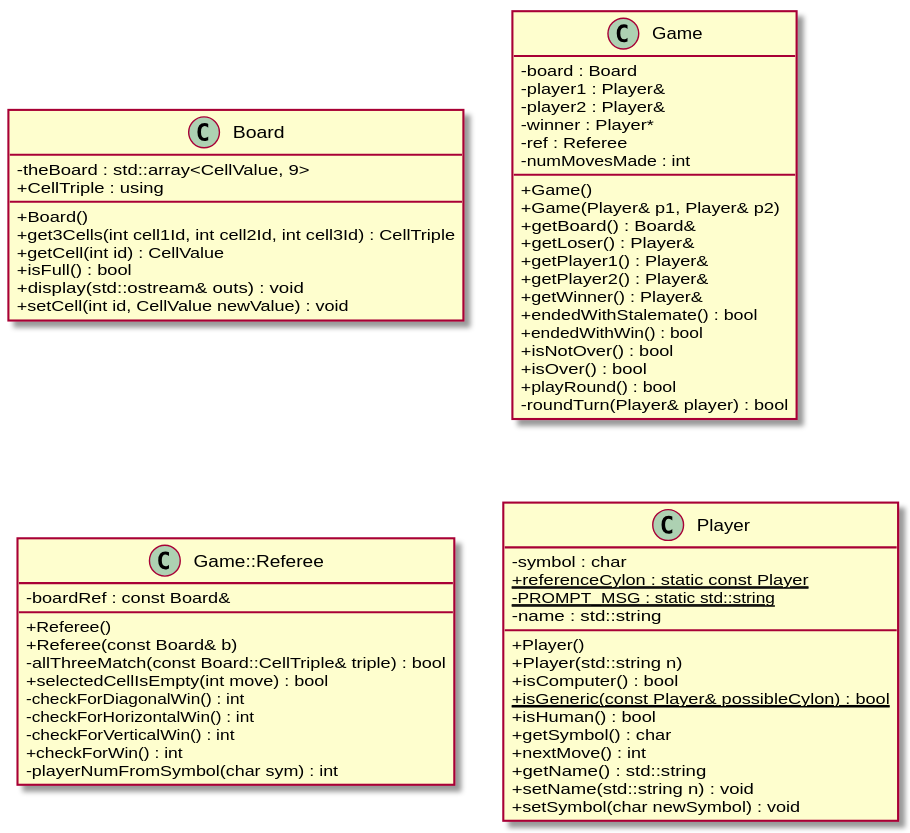
cstkennedy/cs330-examples keeps this PlantUML diagram as Review-04/Example-3/uml/tic-tac-toe.svg. Above is the earlier version. Its source is kept beside it as Review-04/Example-3/uml/tic-tac-toe.puml. Its diagram source:
```plantuml
@startuml
skinparam classAttributeIconSize 0
hide empty members

class Board {
	+Board()
	+get3Cells(int cell1Id, int cell2Id, int cell3Id) : CellTriple
	+getCell(int id) : CellValue
	+isFull() : bool
	-theBoard : std::array<CellValue, 9>
	+CellTriple : using
	+display(std::ostream& outs) : void
	+setCell(int id, CellValue newValue) : void
}

class Game {
	+Game()
	+Game(Player& p1, Player& p2)
	-board : Board
	+getBoard() : Board&
	+getLoser() : Player&
	+getPlayer1() : Player&
	+getPlayer2() : Player&
	+getWinner() : Player&
	-player1 : Player&
	-player2 : Player&
	-winner : Player*
	-ref : Referee
	+endedWithStalemate() : bool
	+endedWithWin() : bool
	+isNotOver() : bool
	+isOver() : bool
	+playRound() : bool
	-roundTurn(Player& player) : bool
	-numMovesMade : int
}


class Game::Referee {
	+Referee()
	+Referee(const Board& b)
	-allThreeMatch(const Board::CellTriple& triple) : bool
	+selectedCellIsEmpty(int move) : bool
	-boardRef : const Board&
	-checkForDiagonalWin() : int
	-checkForHorizontalWin() : int
	-checkForVerticalWin() : int
	+checkForWin() : int
	-playerNumFromSymbol(char sym) : int
}


class Player {
	+Player()
	+Player(std::string n)
	+isComputer() : bool
	+{static} isGeneric(const Player& possibleCylon) : bool
	+isHuman() : bool
	+getSymbol() : char
	-symbol : char
	+nextMove() : int
	+{static} referenceCylon : static const Player
	-{static} PROMPT_MSG : static std::string
	+getName() : std::string
	-name : std::string
	+setName(std::string n) : void
	+setSymbol(char newSymbol) : void
}



@enduml
```
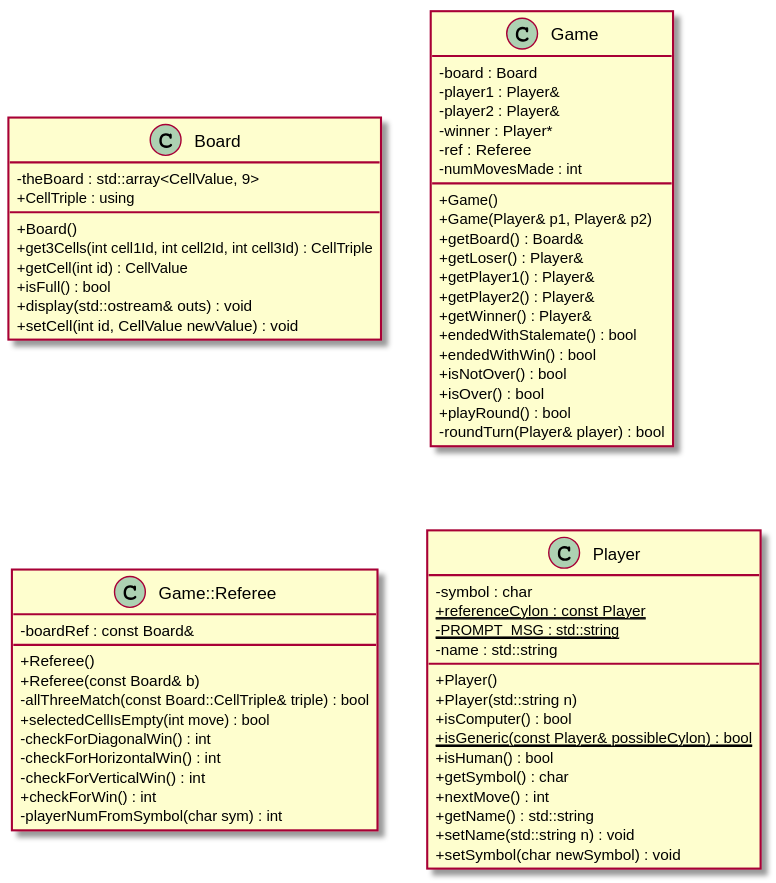
Later version of the same file.

Commit message:
Update TicTacToe UML Class diagram

Change to the diagram source:
```diff
@@ -59,8 +59,8 @@
 	+getSymbol() : char
 	-symbol : char
 	+nextMove() : int
-	+{static} referenceCylon : static const Player
-	-{static} PROMPT_MSG : static std::string
+	+{static} referenceCylon : const Player
+	-{static} PROMPT_MSG : std::string
 	+getName() : std::string
 	-name : std::string
 	+setName(std::string n) : void
```
